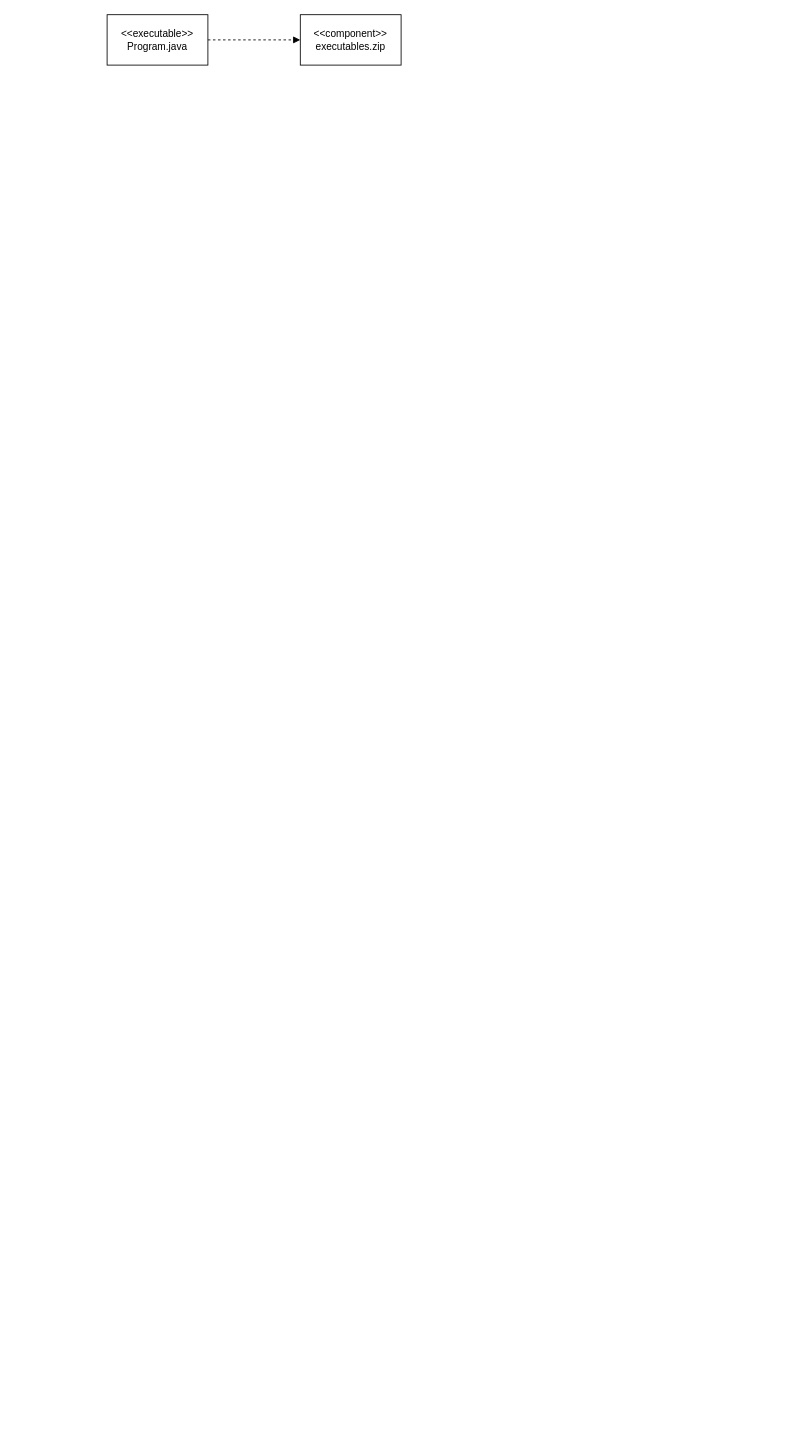
justn0thinghere/drawio keeps this draw.io diagram as tuto11wia2002q6.drawio. Above is the earlier version. Source tidied: cells renumbered, new cells numbered last; positions are measured from the earlier drawing's top-left corner, leaving out a move shared by most shapes. Both pictures are drawn from the tidied source at 84%, with x=0, y=0 at pixel (107, 14).
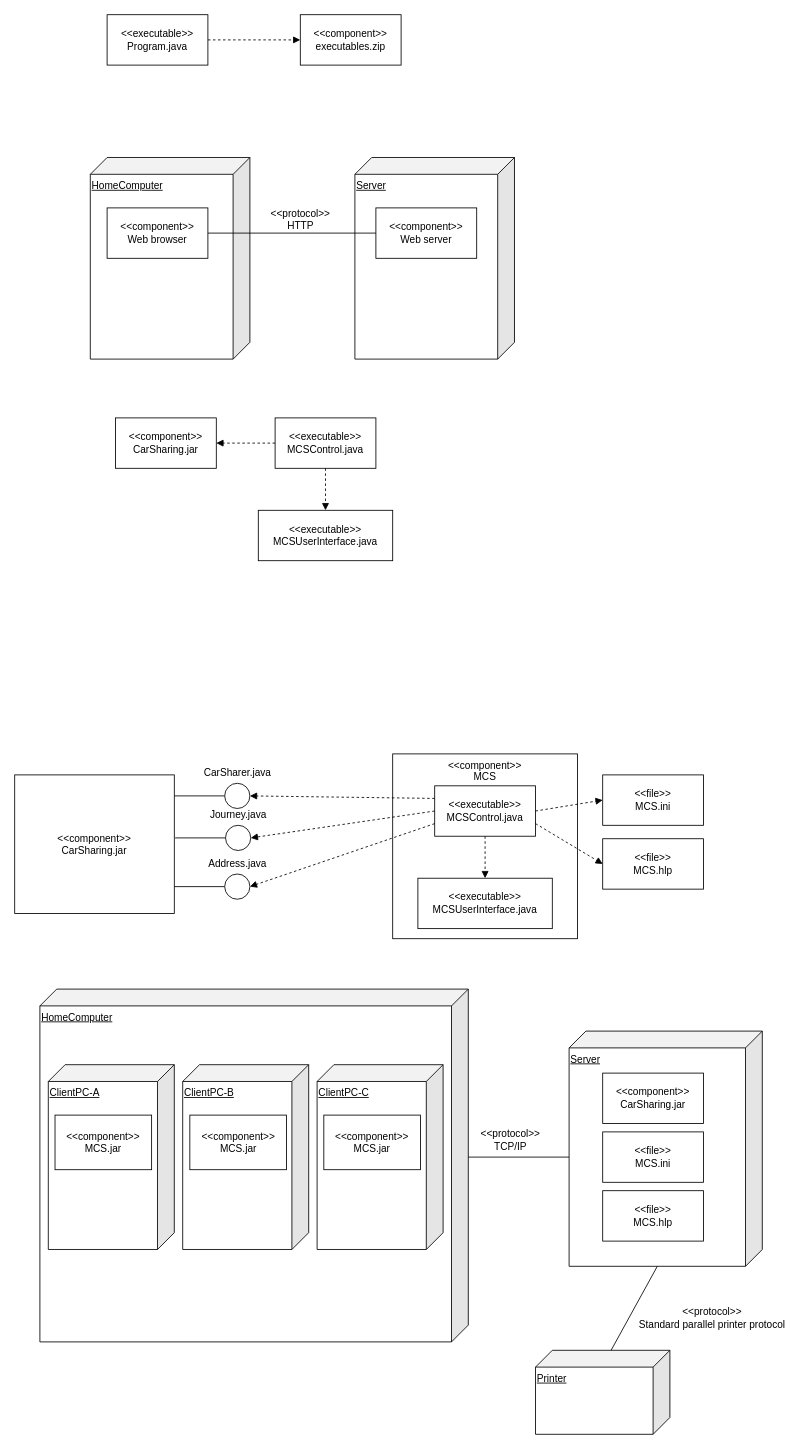
After the change.

What changed in the source:
```diff
@@
+    <mxCell id="5" value="HomeComputer" style="shape=cube;whiteSpace=wrap;html=1;boundedLbl=1;backgroundOutline=1;darkOpacity=0.05;darkOpacity2=0.1;direction=east;flipH=1;fontStyle=4;horizontal=1;verticalAlign=top;align=left;" parent="1" vertex="1">
+      <mxGeometry x="-20" y="170" width="190" height="240" as="geometry" />
+    </mxCell>
+    <mxCell id="6" value="&amp;lt;&amp;lt;component&amp;gt;&amp;gt;&lt;div&gt;Web browser&lt;/div&gt;" style="rounded=0;whiteSpace=wrap;html=1;" parent="1" vertex="1">
+      <mxGeometry y="230" width="120" height="60" as="geometry" />
+    </mxCell>
+    <mxCell id="7" value="Server" style="shape=cube;whiteSpace=wrap;html=1;boundedLbl=1;backgroundOutline=1;darkOpacity=0.05;darkOpacity2=0.1;direction=east;flipH=1;fontStyle=4;horizontal=1;verticalAlign=top;align=left;" parent="1" vertex="1">
+      <mxGeometry x="295" y="170" width="190" height="240" as="geometry" />
+    </mxCell>
+    <mxCell id="8" value="&amp;lt;&amp;lt;component&amp;gt;&amp;gt;&lt;div&gt;Web server&lt;/div&gt;" style="rounded=0;whiteSpace=wrap;html=1;" parent="1" vertex="1">
+      <mxGeometry x="320" y="230" width="120" height="60" as="geometry" />
+    </mxCell>
+    <mxCell id="9" style="endArrow=none;html=1;rounded=0;entryX=0;entryY=0.5;entryDx=0;entryDy=0;" parent="1" edge="1" source="6" target="8">
+      <mxGeometry relative="1" as="geometry" />
+    </mxCell>
+    <mxCell id="10" value="&amp;lt;&amp;lt;protocol&amp;gt;&amp;gt;&lt;div&gt;HTTP&lt;/div&gt;" style="text;html=1;align=center;verticalAlign=middle;strokeColor=none;fillColor=none;" parent="1" vertex="1">
+      <mxGeometry x="185" y="224" width="90" height="40" as="geometry" />
+    </mxCell>
+    <mxCell id="11" value="&amp;lt;&amp;lt;component&amp;gt;&amp;gt;&lt;div&gt;CarSharing.jar&lt;/div&gt;" style="rounded=0;whiteSpace=wrap;html=1;" parent="1" vertex="1">
+      <mxGeometry x="10" y="480" width="120" height="60" as="geometry" />
+    </mxCell>
+    <mxCell id="12" value="&amp;lt;&amp;lt;executable&amp;gt;&amp;gt;&lt;div&gt;MCSControl.java&lt;/div&gt;" style="rounded=0;whiteSpace=wrap;html=1;" parent="1" vertex="1">
+      <mxGeometry x="200" y="480" width="120" height="60" as="geometry" />
+    </mxCell>
+    <mxCell id="13" value="&amp;lt;&amp;lt;executable&amp;gt;&amp;gt;&lt;div&gt;MCSUserInterface.java&lt;/div&gt;" style="rounded=0;whiteSpace=wrap;html=1;" parent="1" vertex="1">
+      <mxGeometry x="180" y="590" width="160" height="60" as="geometry" />
+    </mxCell>
+    <mxCell id="14" style="endArrow=block;html=1;rounded=0;entryX=1;entryY=0.5;entryDx=0;entryDy=0;dashed=1;endFill=1;exitX=0;exitY=0.5;exitDx=0;exitDy=0;" parent="1" edge="1" source="12" target="11">
+      <mxGeometry relative="1" as="geometry" />
+    </mxCell>
+    <mxCell id="15" style="endArrow=block;html=1;rounded=0;entryX=0.5;entryY=0;entryDx=0;entryDy=0;dashed=1;endFill=1;exitX=0.5;exitY=1;exitDx=0;exitDy=0;" parent="1" edge="1" source="12" target="13">
+      <mxGeometry relative="1" as="geometry" />
+    </mxCell>
+    <mxCell id="16" value="&amp;lt;&amp;lt;component&amp;gt;&amp;gt;&lt;div&gt;CarSharing.jar&lt;/div&gt;" style="rounded=0;whiteSpace=wrap;html=1;" parent="1" vertex="1">
+      <mxGeometry x="-110" y="905" width="190" height="165" as="geometry" />
+    </mxCell>
+    <mxCell id="17" value="&amp;lt;&amp;lt;component&amp;gt;&amp;gt;&lt;div&gt;MCS&lt;/div&gt;" style="rounded=0;whiteSpace=wrap;html=1;verticalAlign=top;" parent="1" vertex="1">
+      <mxGeometry x="340" y="880" width="220" height="220" as="geometry" />
+    </mxCell>
+    <mxCell id="18" style="endArrow=none;html=1;rounded=0;exitX=0;exitY=0.5;exitDx=0;exitDy=0;" parent="1" edge="1" source="19">
+      <mxGeometry relative="1" as="geometry">
+        <mxPoint x="80" y="930" as="targetPoint" />
+      </mxGeometry>
+    </mxCell>
+    <mxCell id="19" style="ellipse;whiteSpace=wrap;html=1;" parent="1" vertex="1">
+      <mxGeometry x="140" y="915" width="30" height="30" as="geometry" />
+    </mxCell>
+    <mxCell id="20" value="CarSharer.java" style="text;html=1;align=center;verticalAlign=middle;strokeColor=none;fillColor=none;" parent="1" vertex="1">
+      <mxGeometry x="105" y="888" width="100" height="30" as="geometry" />
+    </mxCell>
+    <mxCell id="21" style="endArrow=none;html=1;rounded=0;exitX=0;exitY=0.5;exitDx=0;exitDy=0;" parent="1" edge="1" source="22">
+      <mxGeometry relative="1" as="geometry">
+        <mxPoint x="81" y="980" as="targetPoint" />
+      </mxGeometry>
+    </mxCell>
+    <mxCell id="22" style="ellipse;whiteSpace=wrap;html=1;" parent="1" vertex="1">
+      <mxGeometry x="141" y="965" width="30" height="30" as="geometry" />
+    </mxCell>
+    <mxCell id="23" value="Journey.java" style="text;html=1;align=center;verticalAlign=middle;strokeColor=none;fillColor=none;" parent="1" vertex="1">
+      <mxGeometry x="111" y="938" width="90" height="30" as="geometry" />
+    </mxCell>
+    <mxCell id="24" style="endArrow=none;html=1;rounded=0;exitX=0;exitY=0.5;exitDx=0;exitDy=0;" parent="1" edge="1" source="25">
+      <mxGeometry relative="1" as="geometry">
+        <mxPoint x="80" y="1038" as="targetPoint" />
+      </mxGeometry>
+    </mxCell>
+    <mxCell id="25" style="ellipse;whiteSpace=wrap;html=1;" parent="1" vertex="1">
+      <mxGeometry x="140" y="1023" width="30" height="30" as="geometry" />
+    </mxCell>
+    <mxCell id="26" value="Address.java" style="text;html=1;align=center;verticalAlign=middle;strokeColor=none;fillColor=none;" parent="1" vertex="1">
+      <mxGeometry x="110" y="996" width="90" height="30" as="geometry" />
+    </mxCell>
+    <mxCell id="27" value="&amp;lt;&amp;lt;executable&amp;gt;&amp;gt;&lt;div&gt;MCSControl.java&lt;/div&gt;" style="rounded=0;whiteSpace=wrap;html=1;" parent="1" vertex="1">
+      <mxGeometry x="390" y="918" width="120" height="60" as="geometry" />
+    </mxCell>
+    <mxCell id="28" value="&amp;lt;&amp;lt;executable&amp;gt;&amp;gt;&lt;div&gt;MCSUserInterface.java&lt;/div&gt;" style="rounded=0;whiteSpace=wrap;html=1;" parent="1" vertex="1">
+      <mxGeometry x="370" y="1028" width="160" height="60" as="geometry" />
+    </mxCell>
+    <mxCell id="29" style="endArrow=block;html=1;rounded=0;entryX=0.5;entryY=0;entryDx=0;entryDy=0;dashed=1;endFill=1;exitX=0.5;exitY=1;exitDx=0;exitDy=0;" parent="1" edge="1" source="27" target="28">
+      <mxGeometry relative="1" as="geometry" />
+    </mxCell>
+    <mxCell id="30" style="endArrow=block;html=1;rounded=0;entryX=1;entryY=0.5;entryDx=0;entryDy=0;dashed=1;endFill=1;exitX=0;exitY=0.25;exitDx=0;exitDy=0;" parent="1" edge="1" source="27" target="19">
+      <mxGeometry relative="1" as="geometry" />
+    </mxCell>
+    <mxCell id="31" style="endArrow=block;html=1;rounded=0;entryX=1;entryY=0.5;entryDx=0;entryDy=0;dashed=1;endFill=1;exitX=0;exitY=0.5;exitDx=0;exitDy=0;" parent="1" edge="1" source="27" target="22">
+      <mxGeometry relative="1" as="geometry" />
+    </mxCell>
+    <mxCell id="32" style="endArrow=block;html=1;rounded=0;entryX=1;entryY=0.5;entryDx=0;entryDy=0;dashed=1;endFill=1;exitX=0;exitY=0.75;exitDx=0;exitDy=0;" parent="1" edge="1" source="27" target="25">
+      <mxGeometry relative="1" as="geometry" />
+    </mxCell>
+    <mxCell id="33" value="&amp;lt;&amp;lt;file&amp;gt;&amp;gt;&lt;div&gt;MCS.ini&lt;/div&gt;" style="rounded=0;whiteSpace=wrap;html=1;" parent="1" vertex="1">
+      <mxGeometry x="590" y="905" width="120" height="60" as="geometry" />
+    </mxCell>
+    <mxCell id="34" value="&amp;lt;&amp;lt;file&amp;gt;&amp;gt;&lt;div&gt;MCS.hlp&lt;/div&gt;" style="rounded=0;whiteSpace=wrap;html=1;" parent="1" vertex="1">
+      <mxGeometry x="590" y="981" width="120" height="60" as="geometry" />
+    </mxCell>
+    <mxCell id="35" style="endArrow=block;html=1;rounded=0;entryX=0;entryY=0.5;entryDx=0;entryDy=0;dashed=1;endFill=1;exitX=1;exitY=0.5;exitDx=0;exitDy=0;" parent="1" edge="1" source="27" target="33">
+      <mxGeometry relative="1" as="geometry" />
+    </mxCell>
+    <mxCell id="36" style="endArrow=block;html=1;rounded=0;entryX=0;entryY=0.5;entryDx=0;entryDy=0;dashed=1;endFill=1;exitX=1;exitY=0.75;exitDx=0;exitDy=0;" parent="1" edge="1" source="27" target="34">
+      <mxGeometry relative="1" as="geometry" />
+    </mxCell>
+    <mxCell id="37" value="HomeComputer" style="shape=cube;whiteSpace=wrap;html=1;boundedLbl=1;backgroundOutline=1;darkOpacity=0.05;darkOpacity2=0.1;direction=east;flipH=1;fontStyle=4;horizontal=1;verticalAlign=top;align=left;" parent="1" vertex="1">
+      <mxGeometry x="-80" y="1160" width="510" height="420" as="geometry" />
+    </mxCell>
+    <mxCell id="38" value="ClientPC-A" style="shape=cube;whiteSpace=wrap;html=1;boundedLbl=1;backgroundOutline=1;darkOpacity=0.05;darkOpacity2=0.1;direction=east;flipH=1;fontStyle=4;horizontal=1;verticalAlign=top;align=left;" parent="1" vertex="1">
+      <mxGeometry x="-70" y="1250" width="150" height="220" as="geometry" />
+    </mxCell>
+    <mxCell id="39" value="ClientPC-B" style="shape=cube;whiteSpace=wrap;html=1;boundedLbl=1;backgroundOutline=1;darkOpacity=0.05;darkOpacity2=0.1;direction=east;flipH=1;fontStyle=4;horizontal=1;verticalAlign=top;align=left;" parent="1" vertex="1">
+      <mxGeometry x="90" y="1250" width="150" height="220" as="geometry" />
+    </mxCell>
+    <mxCell id="40" value="ClientPC-C" style="shape=cube;whiteSpace=wrap;html=1;boundedLbl=1;backgroundOutline=1;darkOpacity=0.05;darkOpacity2=0.1;direction=east;flipH=1;fontStyle=4;horizontal=1;verticalAlign=top;align=left;" parent="1" vertex="1">
+      <mxGeometry x="250" y="1250" width="150" height="220" as="geometry" />
+    </mxCell>
+    <mxCell id="41" value="&amp;lt;&amp;lt;component&amp;gt;&amp;gt;&lt;div&gt;MCS.jar&lt;/div&gt;" style="rounded=0;whiteSpace=wrap;html=1;" parent="1" vertex="1">
+      <mxGeometry x="-62" y="1310" width="115" height="65" as="geometry" />
+    </mxCell>
+    <mxCell id="42" value="&amp;lt;&amp;lt;component&amp;gt;&amp;gt;&lt;div&gt;MCS.jar&lt;/div&gt;" style="rounded=0;whiteSpace=wrap;html=1;" parent="1" vertex="1">
+      <mxGeometry x="98.5" y="1310" width="115" height="65" as="geometry" />
+    </mxCell>
+    <mxCell id="43" value="&amp;lt;&amp;lt;component&amp;gt;&amp;gt;&lt;div&gt;MCS.jar&lt;/div&gt;" style="rounded=0;whiteSpace=wrap;html=1;" parent="1" vertex="1">
+      <mxGeometry x="258" y="1310" width="115" height="65" as="geometry" />
+    </mxCell>
+    <mxCell id="44" value="Server" style="shape=cube;whiteSpace=wrap;html=1;boundedLbl=1;backgroundOutline=1;darkOpacity=0.05;darkOpacity2=0.1;direction=east;flipH=1;fontStyle=4;horizontal=1;verticalAlign=top;align=left;" parent="1" vertex="1">
+      <mxGeometry x="550" y="1210" width="230" height="280" as="geometry" />
+    </mxCell>
+    <mxCell id="45" style="endArrow=none;html=1;rounded=0;entryX=0;entryY=0;entryDx=230;entryDy=150;entryPerimeter=0;exitX=0;exitY=0;exitDx=0;exitDy=200;exitPerimeter=0;" parent="1" edge="1" source="37" target="44">
+      <mxGeometry relative="1" as="geometry" />
+    </mxCell>
+    <mxCell id="46" value="&amp;lt;&amp;lt;protocol&amp;gt;&amp;gt;&lt;div&gt;TCP/IP&lt;/div&gt;" style="text;html=1;align=center;verticalAlign=middle;strokeColor=none;fillColor=none;" parent="1" vertex="1">
+      <mxGeometry x="435" y="1320" width="90" height="40" as="geometry" />
+    </mxCell>
+    <mxCell id="47" value="Printer" style="shape=cube;whiteSpace=wrap;html=1;boundedLbl=1;backgroundOutline=1;darkOpacity=0.05;darkOpacity2=0.1;direction=east;flipH=1;fontStyle=4;horizontal=1;verticalAlign=top;align=left;" parent="1" vertex="1">
+      <mxGeometry x="510" y="1590" width="160" height="100" as="geometry" />
+    </mxCell>
+    <mxCell id="48" style="endArrow=none;html=1;rounded=0;entryX=0;entryY=0;entryDx=125;entryDy=280;entryPerimeter=0;exitX=0;exitY=0;exitDx=70;exitDy=0;exitPerimeter=0;" parent="1" edge="1" source="47" target="44">
+      <mxGeometry relative="1" as="geometry" />
+    </mxCell>
+    <mxCell id="49" value="&amp;lt;&amp;lt;protocol&amp;gt;&amp;gt;&lt;div&gt;Standard parallel printer protocol&lt;/div&gt;" style="text;html=1;align=center;verticalAlign=middle;strokeColor=none;fillColor=none;" parent="1" vertex="1">
+      <mxGeometry x="620" y="1532" width="200" height="40" as="geometry" />
+    </mxCell>
+    <mxCell id="50" value="&amp;lt;&amp;lt;component&amp;gt;&amp;gt;&lt;div&gt;CarSharing.jar&lt;/div&gt;" style="rounded=0;whiteSpace=wrap;html=1;" parent="1" vertex="1">
+      <mxGeometry x="590" y="1260" width="120" height="60" as="geometry" />
+    </mxCell>
+    <mxCell id="51" value="&amp;lt;&amp;lt;file&amp;gt;&amp;gt;&lt;div&gt;MCS.ini&lt;/div&gt;" style="rounded=0;whiteSpace=wrap;html=1;" parent="1" vertex="1">
+      <mxGeometry x="590" y="1330" width="120" height="60" as="geometry" />
+    </mxCell>
+    <mxCell id="52" value="&amp;lt;&amp;lt;file&amp;gt;&amp;gt;&lt;div&gt;MCS.hlp&lt;/div&gt;" style="rounded=0;whiteSpace=wrap;html=1;" parent="1" vertex="1">
+      <mxGeometry x="590" y="1400" width="120" height="60" as="geometry" />
+    </mxCell>
```
